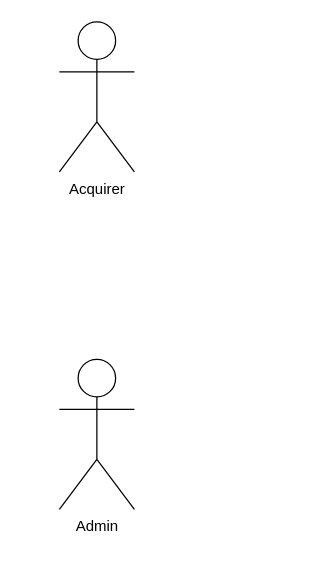
Before: usecase.drawio in jarawin/issuer-server, a draw.io diagram. Source tidied: cells renumbered, new cells numbered last; positions are measured from the earlier drawing's top-left corner, leaving out a move shared by most shapes. Both pictures are drawn from the tidied source at 125%, with x=0, y=0 at pixel (59, 21).
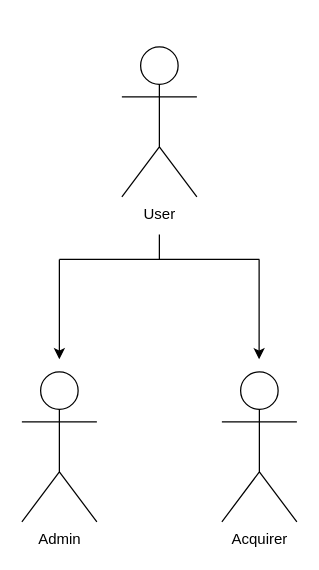
Above is the later version.

Change to the diagram source:
```diff
@@
 <mxGraphModel>
   <root>
     <mxCell id="0" />
     <mxCell id="1" parent="0" />
     <mxCell id="2" value="Acquirer" style="shape=umlActor;verticalLabelPosition=bottom;verticalAlign=top;html=1;" parent="1" vertex="1">
-      <mxGeometry width="60" height="120" as="geometry" />
+      <mxGeometry x="130" y="280" width="60" height="120" as="geometry" />
     </mxCell>
     <mxCell id="3" value="Admin" style="shape=umlActor;verticalLabelPosition=bottom;verticalAlign=top;html=1;" parent="1" vertex="1">
-      <mxGeometry y="270" width="60" height="120" as="geometry" />
+      <mxGeometry x="-30" y="280" width="60" height="120" as="geometry" />
     </mxCell>
+    <mxCell id="4" style="edgeStyle=orthogonalEdgeStyle;rounded=0;orthogonalLoop=1;jettySize=auto;html=1;endArrow=none;endFill=0;" parent="1" edge="1">
+      <mxGeometry relative="1" as="geometry">
+        <mxPoint x="80" y="170" as="sourcePoint" />
+        <mxPoint x="80" y="190" as="targetPoint" />
+      </mxGeometry>
+    </mxCell>
+    <mxCell id="5" value="User" style="shape=umlActor;verticalLabelPosition=bottom;verticalAlign=top;html=1;" parent="1" vertex="1">
+      <mxGeometry x="50" y="20" width="60" height="120" as="geometry" />
+    </mxCell>
+    <mxCell id="6" style="edgeStyle=orthogonalEdgeStyle;rounded=0;orthogonalLoop=1;jettySize=auto;html=1;endArrow=none;endFill=0;" parent="1" edge="1">
+      <mxGeometry relative="1" as="geometry">
+        <mxPoint x="160" y="190" as="sourcePoint" />
+        <mxPoint y="190" as="targetPoint" />
+      </mxGeometry>
+    </mxCell>
+    <mxCell id="7" style="edgeStyle=orthogonalEdgeStyle;rounded=0;orthogonalLoop=1;jettySize=auto;html=1;endArrow=classic;endFill=1;" parent="1" edge="1">
+      <mxGeometry relative="1" as="geometry">
+        <mxPoint y="190" as="sourcePoint" />
+        <mxPoint y="270" as="targetPoint" />
+      </mxGeometry>
+    </mxCell>
+    <mxCell id="8" style="edgeStyle=orthogonalEdgeStyle;rounded=0;orthogonalLoop=1;jettySize=auto;html=1;endArrow=classic;endFill=1;" parent="1" edge="1">
+      <mxGeometry relative="1" as="geometry">
+        <mxPoint x="159.8" y="190" as="sourcePoint" />
+        <mxPoint x="159.8" y="270" as="targetPoint" />
+      </mxGeometry>
+    </mxCell>
   </root>
 </mxGraphModel>
```
